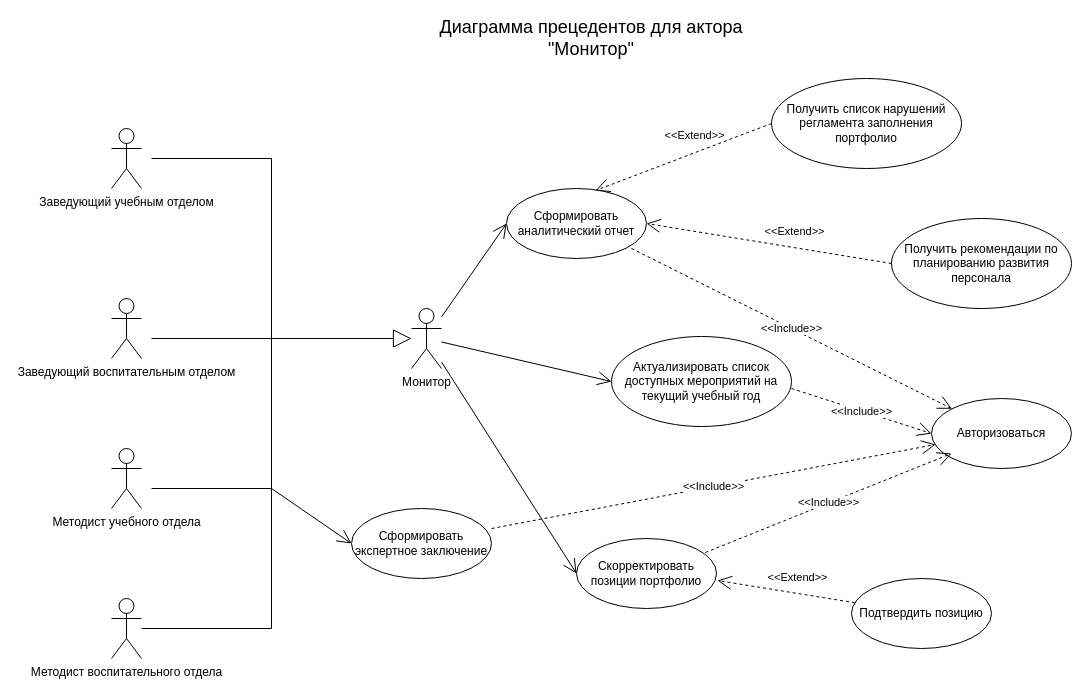
The draw.io diagram Диаграмма прецедентов для монитора.drawio in Alexk80/keywords, before the edit. Source tidied: cells renumbered, new cells numbered last; positions are measured from the earlier drawing's top-left corner, leaving out a move shared by most shapes. Both pictures are drawn from the tidied source at 100%, with x=0, y=0 at pixel (111, 28).
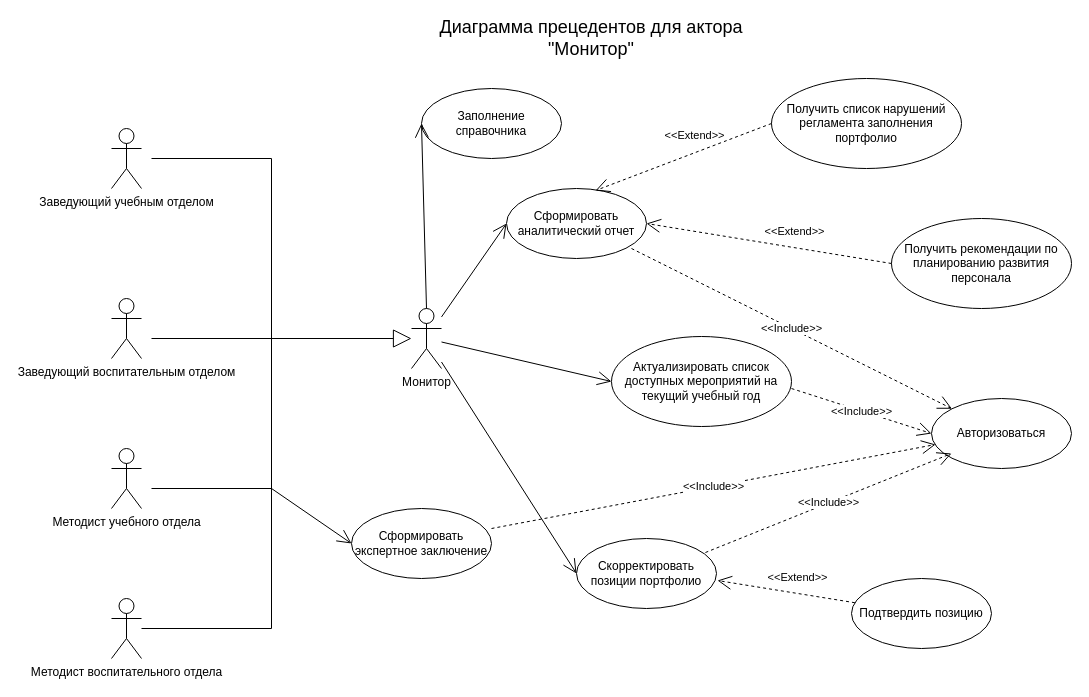
Above is the later version.

The change refers to these unchanged cells:
```xml
<mxCell id="2" value="Монитор" style="shape=umlActor;verticalLabelPosition=bottom;verticalAlign=top;html=1;outlineConnect=0;" parent="1" vertex="1">
  <mxGeometry x="300" y="280" width="30" height="60" as="geometry" />
</mxCell>
```

Diff of the diagram source:
```diff
@@
+    <mxCell id="33" value="Заполнение справочника" style="ellipse;whiteSpace=wrap;html=1;" parent="1" vertex="1">
+      <mxGeometry x="310" y="60" width="140" height="70" as="geometry" />
+    </mxCell>
+    <mxCell id="34" style="endArrow=open;endFill=1;endSize=12;html=1;entryX=0;entryY=0.5;entryDx=0;entryDy=0;exitX=0.5;exitY=0;exitDx=0;exitDy=0;exitPerimeter=0;" parent="1" edge="1" source="2" target="33">
+      <mxGeometry relative="1" as="geometry" />
+    </mxCell>
```
